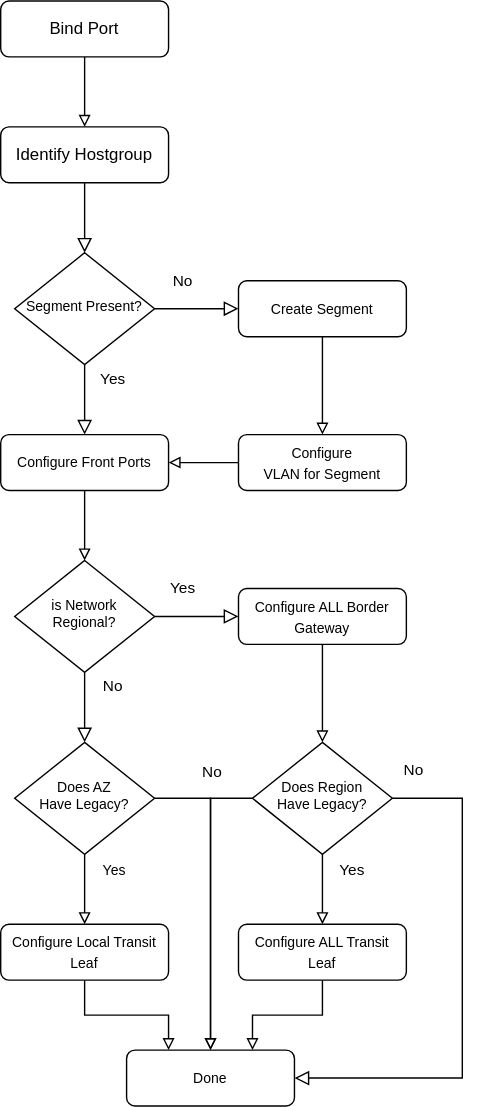
sapcc/networking-ccloud keeps this draw.io diagram as doc/source/architecture/figure/network_provisioning_flow.svg. Above is the earlier version. Source tidied: cells renumbered, new cells last; positions are measured from the earlier drawing's top-left corner, leaving out a move shared by most shapes.
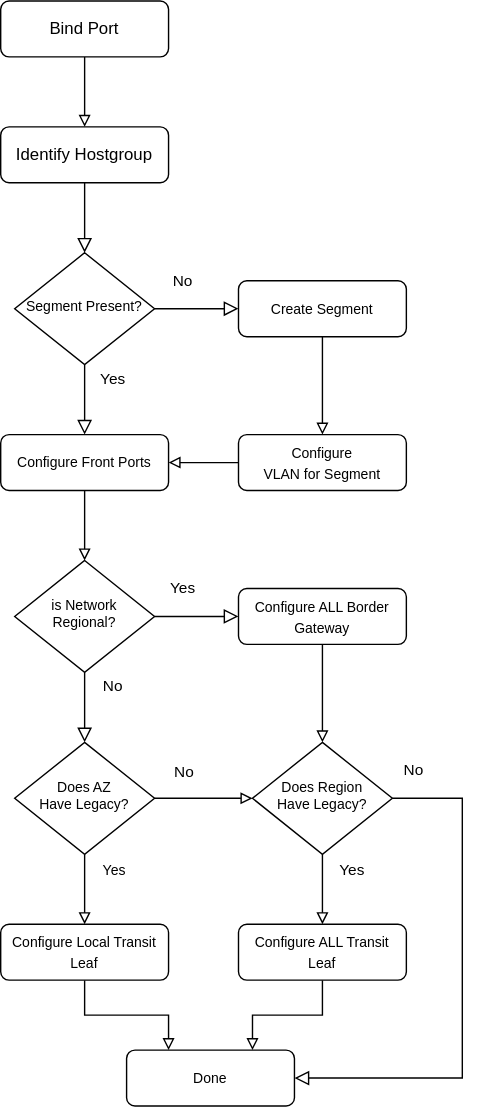
After the change.

Diff of the diagram source:
```diff
@@ -77,18 +77,6 @@
         <mxPoint x="21" y="-7" as="offset" />
       </mxGeometry>
     </mxCell>
-    <mxCell id="24" style="edgeStyle=orthogonalEdgeStyle;rounded=0;jettySize=auto;html=1;fontSize=10;endArrow=block;endFill=0;entryX=0.5;entryY=0;entryDx=0;entryDy=0;exitX=0;exitY=0.5;exitDx=0;exitDy=0;" parent="1" edge="1" source="14" target="19">
-      <mxGeometry relative="1" as="geometry">
-        <Array as="points">
-          <mxPoint x="150" y="570" />
-        </Array>
-      </mxGeometry>
-    </mxCell>
-    <mxCell id="25" value="No" style="edgeLabel;html=1;align=center;verticalAlign=middle;" parent="24" vertex="1">
-      <mxGeometry x="-0.79" relative="1" as="geometry">
-        <mxPoint x="-8" y="-20" as="offset" />
-      </mxGeometry>
-    </mxCell>
     <mxCell id="26" style="edgeStyle=orthogonalEdgeStyle;rounded=0;jettySize=auto;html=1;entryX=0.75;entryY=0;entryDx=0;entryDy=0;endArrow=block;endFill=0;" parent="1" edge="1" source="27" target="19">
       <mxGeometry relative="1" as="geometry" />
     </mxCell>
@@ -104,11 +92,14 @@
     <mxCell id="30" style="edgeStyle=orthogonalEdgeStyle;rounded=0;jettySize=auto;html=1;entryX=0.5;entryY=0;entryDx=0;entryDy=0;endArrow=block;endFill=0;" parent="1" edge="1" source="32" target="34">
       <mxGeometry relative="1" as="geometry" />
     </mxCell>
-    <mxCell id="31" style="edgeStyle=orthogonalEdgeStyle;rounded=0;jettySize=auto;html=1;endArrow=block;endFill=0;" parent="1" edge="1" source="32">
-      <mxGeometry relative="1" as="geometry">
-        <mxPoint x="150" y="750" as="targetPoint" />
-      </mxGeometry>
+    <mxCell id="31" style="edgeStyle=orthogonalEdgeStyle;rounded=0;jettySize=auto;html=1;endArrow=block;endFill=0;entryX=0;entryY=0.5;entryDx=0;entryDy=0;" parent="1" edge="1" source="32" target="14">
+      <mxGeometry relative="1" as="geometry" />
     </mxCell>
+    <mxCell id="25" value="No" style="edgeLabel;html=1;align=center;verticalAlign=middle;" parent="31" vertex="1">
+      <mxGeometry x="-0.09" y="2" relative="1" as="geometry">
+        <mxPoint x="-12" y="-18" as="offset" />
+      </mxGeometry>
+    </mxCell>
     <mxCell id="32" value="Does AZ&lt;br&gt;Have Legacy?" style="rhombus;whiteSpace=wrap;html=1;shadow=0;fontFamily=Helvetica;fontSize=10;align=center;strokeWidth=1;spacing=6;spacingTop=-4;" parent="1" vertex="1">
       <mxGeometry x="10" y="530" width="100" height="80" as="geometry" />
     </mxCell>
```
